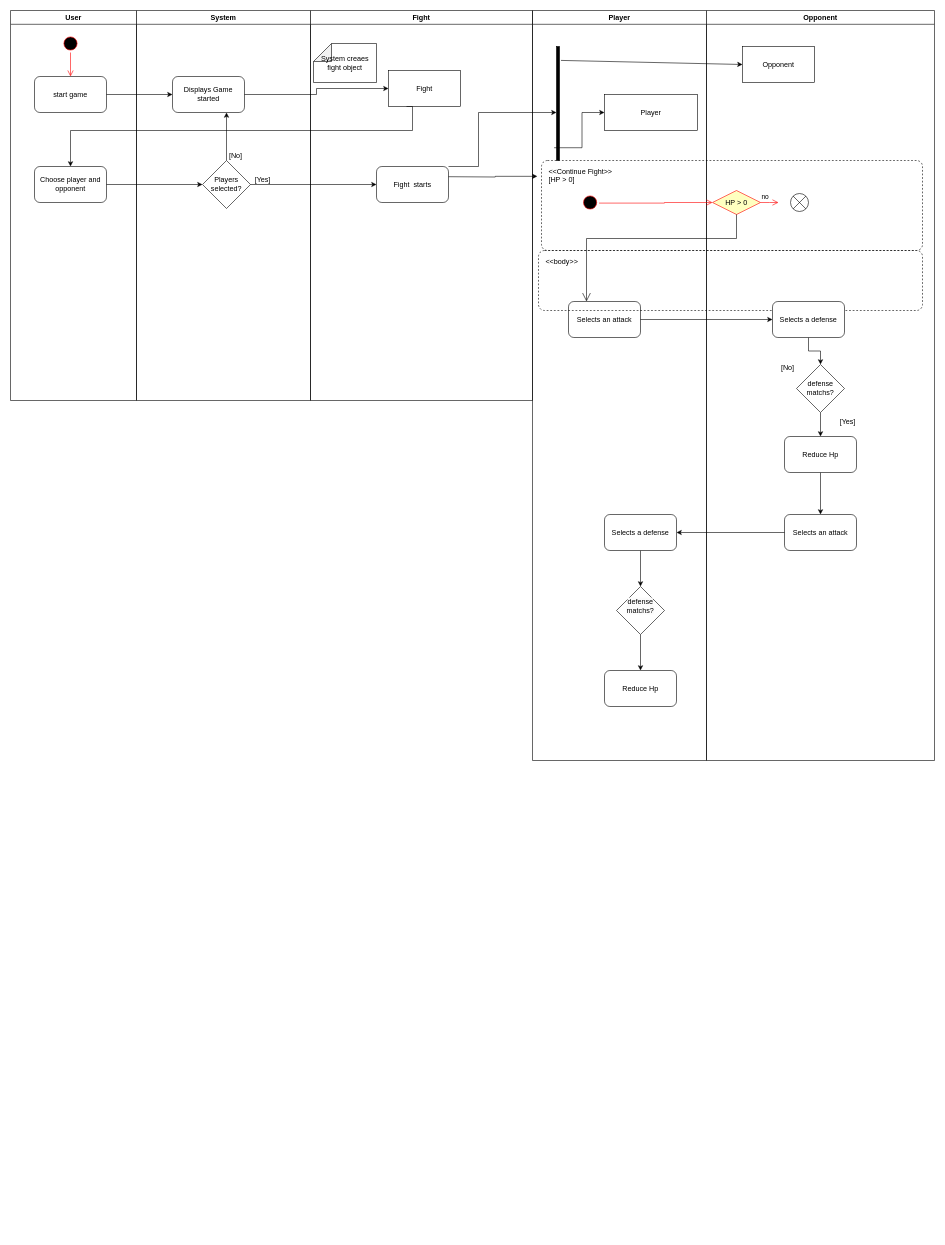
Above: page "Page-1" (1 of 3) of GameActivity.drawio in LeloKarma/website (draw.io), before the change. Source tidied: cells renumbered, new cells numbered last; positions are measured from the earlier drawing's top-left corner, leaving out a move shared by most shapes. Both pictures are drawn from the tidied source at 60%, with x=0, y=0 at pixel (10, 10).
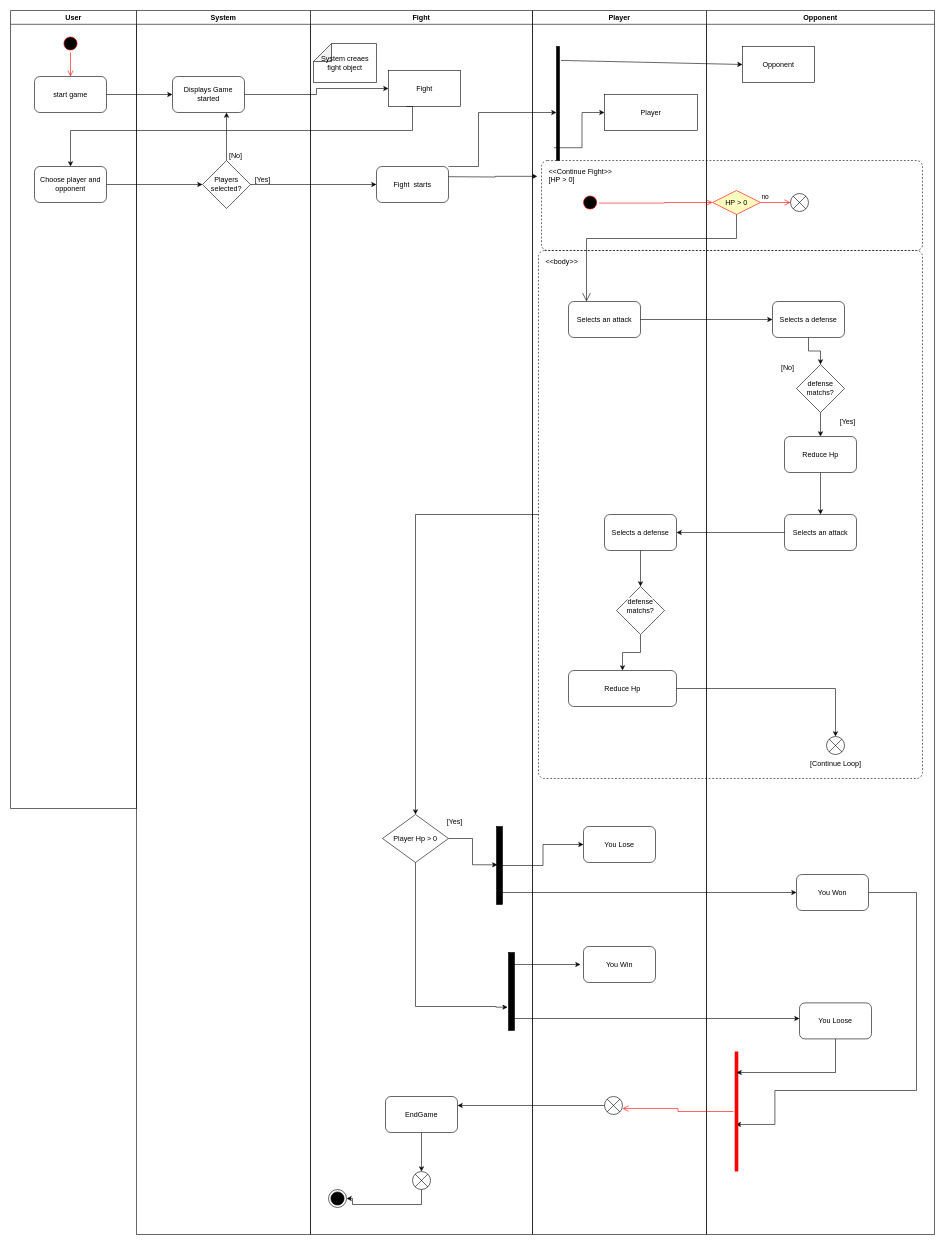
The same page after the edit.

Commit message:
Mettre à jour GameActivity.drawio

Unchanged cells that the change refers to:
```xml
<mxCell id="46" value="HP &amp;gt; 0" style="rhombus;whiteSpace=wrap;html=1;fontColor=#000000;fillColor=#ffffc0;strokeColor=#ff0000;" parent="38" vertex="1">
  <mxGeometry x="10" y="300" width="80" height="40" as="geometry" />
</mxCell>
<mxCell id="47" style="shape=sumEllipse;perimeter=ellipsePerimeter;html=1;backgroundOutline=1;" parent="38" vertex="1">
  <mxGeometry x="140" y="305" width="30" height="30" as="geometry" />
</mxCell>
```

The edit, as a diff of the source:
```diff
@@
     <mxCell id="2" value="User" style="swimlane;whiteSpace=wrap;html=1;direction=east;" parent="1" vertex="1">
-      <mxGeometry width="210" height="650" as="geometry" />
+      <mxGeometry width="210" height="1330" as="geometry" />
     </mxCell>
@@
     <mxCell id="7" value="System" style="swimlane;whiteSpace=wrap;html=1;" parent="1" vertex="1">
-      <mxGeometry x="210" width="290" height="650" as="geometry" />
+      <mxGeometry x="210" width="290" height="2040" as="geometry" />
     </mxCell>
@@
     <mxCell id="12" value="Fight" style="swimlane;whiteSpace=wrap;html=1;" parent="1" vertex="1">
-      <mxGeometry x="500" width="370" height="650" as="geometry" />
+      <mxGeometry x="500" width="370" height="2040" as="geometry" />
     </mxCell>
@@
+    <mxCell id="56" value="Player Hp &amp;gt; 0" style="rhombus;whiteSpace=wrap;html=1;" parent="12" vertex="1">
+      <mxGeometry x="120" y="1340" width="110" height="80" as="geometry" />
+    </mxCell>
+    <mxCell id="57" style="html=1;points=[];perimeter=orthogonalPerimeter;fillColor=strokeColor;" parent="12" vertex="1">
+      <mxGeometry x="310" y="1360" width="10" height="130" as="geometry" />
+    </mxCell>
+    <mxCell id="58" style="edgeStyle=orthogonalEdgeStyle;rounded=0;jettySize=auto;html=1;entryX=0.144;entryY=0.491;entryDx=0;entryDy=0;entryPerimeter=0;" parent="12" edge="1" source="56" target="57">
+      <mxGeometry relative="1" as="geometry" />
+    </mxCell>
+    <mxCell id="59" style="edgeStyle=orthogonalEdgeStyle;rounded=0;jettySize=auto;html=1;" parent="12" edge="1" source="60">
+      <mxGeometry relative="1" as="geometry">
+        <mxPoint x="450" y="1590" as="targetPoint" />
+        <Array as="points">
+          <mxPoint x="360" y="1590" />
+          <mxPoint x="360" y="1590" />
+        </Array>
+      </mxGeometry>
+    </mxCell>
+    <mxCell id="60" style="html=1;points=[];perimeter=orthogonalPerimeter;fillColor=strokeColor;" parent="12" vertex="1">
+      <mxGeometry x="330" y="1570" width="10" height="130" as="geometry" />
+    </mxCell>
+    <mxCell id="61" style="edgeStyle=orthogonalEdgeStyle;rounded=0;jettySize=auto;html=1;entryX=-0.141;entryY=0.701;entryDx=0;entryDy=0;entryPerimeter=0;" parent="12" edge="1" source="56" target="60">
+      <mxGeometry relative="1" as="geometry">
+        <Array as="points">
+          <mxPoint x="175" y="1660" />
+          <mxPoint x="309" y="1660" />
+        </Array>
+      </mxGeometry>
+    </mxCell>
+    <mxCell id="62" style="edgeStyle=orthogonalEdgeStyle;rounded=0;jettySize=auto;html=1;" parent="12" edge="1" source="63" target="64">
+      <mxGeometry relative="1" as="geometry" />
+    </mxCell>
+    <mxCell id="63" value="EndGame" style="rounded=1;whiteSpace=wrap;html=1;" parent="12" vertex="1">
+      <mxGeometry x="125" y="1810" width="120" height="60" as="geometry" />
+    </mxCell>
+    <mxCell id="64" style="shape=sumEllipse;perimeter=ellipsePerimeter;html=1;backgroundOutline=1;" parent="12" vertex="1">
+      <mxGeometry x="170" y="1935" width="30" height="30" as="geometry" />
+    </mxCell>
+    <mxCell id="65" style="ellipse;html=1;shape=endState;fillColor=strokeColor;direction=west;" parent="12" vertex="1">
+      <mxGeometry x="30" y="1965" width="30" height="30" as="geometry" />
+    </mxCell>
+    <mxCell id="66" style="edgeStyle=orthogonalEdgeStyle;rounded=0;jettySize=auto;html=1;entryX=0;entryY=0.5;entryDx=0;entryDy=0;" parent="12" edge="1" source="64" target="65">
+      <mxGeometry relative="1" as="geometry">
+        <Array as="points">
+          <mxPoint x="185" y="1990" />
+          <mxPoint x="70" y="1990" />
+          <mxPoint x="70" y="1980" />
+        </Array>
+      </mxGeometry>
+    </mxCell>
@@
     <mxCell id="23" value="Player" style="swimlane;whiteSpace=wrap;html=1;fillColor=none;" parent="1" vertex="1">
-      <mxGeometry x="870" width="290" height="1250" as="geometry" />
+      <mxGeometry x="870" width="290" height="2040" as="geometry" />
     </mxCell>
@@
-    <mxCell id="30" value="no" style="edgeStyle=orthogonalEdgeStyle;html=1;align=left;verticalAlign=bottom;endArrow=open;endSize=8;strokeColor=#ff0000;rounded=0;" parent="23" edge="1" source="46">
-      <mxGeometry x="-1" relative="1" as="geometry">
-        <mxPoint x="410" y="320" as="targetPoint" />
-      </mxGeometry>
-    </mxCell>
     <mxCell id="31" value="&amp;lt;&amp;lt;body&amp;gt;&amp;gt;" style="dashed=1;rounded=1;absoluteArcSize=1;arcSize=20;html=1;verticalAlign=top;align=left;spacingTop=5;spacingLeft=10;whiteSpace=wrap;fillColor=none;" parent="23" vertex="1">
-      <mxGeometry x="10" y="400" width="640" height="100" as="geometry" />
+      <mxGeometry x="10" y="400" width="640" height="880" as="geometry" />
     </mxCell>
@@
     <mxCell id="36" value="Reduce Hp" style="rounded=1;whiteSpace=wrap;html=1;" parent="23" vertex="1">
-      <mxGeometry x="120" y="1100" width="120" height="60" as="geometry" />
+      <mxGeometry x="60" y="1100" width="180" height="60" as="geometry" />
     </mxCell>
+    <mxCell id="67" value="You Lose" style="rounded=1;whiteSpace=wrap;html=1;" parent="23" vertex="1">
+      <mxGeometry x="85" y="1360" width="120" height="60" as="geometry" />
+    </mxCell>
+    <mxCell id="68" value="You Win" style="rounded=1;whiteSpace=wrap;html=1;" parent="23" vertex="1">
+      <mxGeometry x="85" y="1560" width="120" height="60" as="geometry" />
+    </mxCell>
+    <mxCell id="69" style="endArrow=classic;html=1;rounded=0;entryX=0;entryY=0.5;entryDx=0;entryDy=0;" parent="23" edge="1">
+      <mxGeometry relative="1" as="geometry">
+        <mxPoint x="-30" y="1680" as="sourcePoint" />
+        <mxPoint x="445" y="1680" as="targetPoint" />
+      </mxGeometry>
+    </mxCell>
+    <mxCell id="70" style="shape=sumEllipse;perimeter=ellipsePerimeter;html=1;backgroundOutline=1;" parent="23" vertex="1">
+      <mxGeometry x="120" y="1810" width="30" height="30" as="geometry" />
+    </mxCell>
@@
     <mxCell id="38" value="Opponent" style="swimlane;whiteSpace=wrap;html=1;" parent="1" vertex="1">
-      <mxGeometry x="1160" width="380" height="1250" as="geometry" />
+      <mxGeometry x="1160" width="380" height="2040" as="geometry" />
     </mxCell>
@@
+    <mxCell id="71" style="shape=sumEllipse;perimeter=ellipsePerimeter;html=1;backgroundOutline=1;" parent="38" vertex="1">
+      <mxGeometry x="200" y="1210" width="30" height="30" as="geometry" />
+    </mxCell>
+    <mxCell id="72" value="[Continue Loop]" style="text;html=1;align=center;verticalAlign=middle;strokeColor=none;fillColor=none;" parent="38" vertex="1">
+      <mxGeometry x="160" y="1240" width="110" height="30" as="geometry" />
+    </mxCell>
+    <mxCell id="73" style="edgeStyle=orthogonalEdgeStyle;rounded=0;jettySize=auto;html=1;entryX=0.608;entryY=0.627;entryDx=0;entryDy=0;entryPerimeter=0;" parent="38" edge="1" source="74" target="76">
+      <mxGeometry relative="1" as="geometry">
+        <Array as="points">
+          <mxPoint x="350" y="1470" />
+          <mxPoint x="350" y="1800" />
+          <mxPoint x="114" y="1800" />
+          <mxPoint x="114" y="1857" />
+        </Array>
+      </mxGeometry>
+    </mxCell>
+    <mxCell id="74" value="You Won" style="rounded=1;whiteSpace=wrap;html=1;" parent="38" vertex="1">
+      <mxGeometry x="150" y="1440" width="120" height="60" as="geometry" />
+    </mxCell>
+    <mxCell id="75" value="You Loose" style="rounded=1;whiteSpace=wrap;html=1;" parent="38" vertex="1">
+      <mxGeometry x="155" y="1654" width="120" height="60" as="geometry" />
+    </mxCell>
+    <mxCell id="76" style="shape=line;html=1;strokeWidth=6;strokeColor=#ff0000;direction=south;" parent="38" vertex="1">
+      <mxGeometry x="45" y="1735" width="10" height="200" as="geometry" />
+    </mxCell>
+    <mxCell id="77" style="edgeStyle=orthogonalEdgeStyle;rounded=0;jettySize=auto;html=1;" parent="38" edge="1" source="75">
+      <mxGeometry relative="1" as="geometry">
+        <mxPoint x="50" y="1770" as="targetPoint" />
+        <Array as="points">
+          <mxPoint x="215" y="1770" />
+          <mxPoint x="50" y="1770" />
+        </Array>
+      </mxGeometry>
+    </mxCell>
+    <mxCell id="30" value="no" style="edgeStyle=orthogonalEdgeStyle;html=1;align=left;verticalAlign=bottom;endArrow=open;endSize=8;strokeColor=#ff0000;rounded=0;entryX=0;entryY=0.5;entryDx=0;entryDy=0;" parent="38" edge="1" source="46" target="47">
+      <mxGeometry x="-1" relative="1" as="geometry" />
+    </mxCell>
@@
+    <mxCell id="78" style="edgeStyle=orthogonalEdgeStyle;rounded=0;jettySize=auto;html=1;" parent="1" edge="1" source="36" target="71">
+      <mxGeometry relative="1" as="geometry" />
+    </mxCell>
+    <mxCell id="79" style="edgeStyle=orthogonalEdgeStyle;rounded=0;jettySize=auto;html=1;" parent="1" edge="1" source="31" target="56">
+      <mxGeometry relative="1" as="geometry" />
+    </mxCell>
+    <mxCell id="80" style="edgeStyle=orthogonalEdgeStyle;rounded=0;jettySize=auto;html=1;entryX=0;entryY=0.5;entryDx=0;entryDy=0;" parent="1" edge="1" source="57" target="67">
+      <mxGeometry relative="1" as="geometry" />
+    </mxCell>
+    <mxCell id="81" style="endArrow=classic;html=1;rounded=0;entryX=0;entryY=0.5;entryDx=0;entryDy=0;" parent="1" edge="1" source="57" target="74">
+      <mxGeometry relative="1" as="geometry" />
+    </mxCell>
+    <mxCell id="82" value="[Yes]" style="text;html=1;align=center;verticalAlign=middle;strokeColor=none;fillColor=none;" parent="1" vertex="1">
+      <mxGeometry x="715" y="1338" width="50" height="30" as="geometry" />
+    </mxCell>
+    <mxCell id="83" style="edgeStyle=orthogonalEdgeStyle;html=1;verticalAlign=bottom;endArrow=open;endSize=8;strokeColor=#ff0000;rounded=0;entryX=1;entryY=0.67;entryDx=0;entryDy=0;entryPerimeter=0;" parent="1" edge="1" source="76" target="70">
+      <mxGeometry relative="1" as="geometry" />
+    </mxCell>
+    <mxCell id="84" style="edgeStyle=orthogonalEdgeStyle;rounded=0;jettySize=auto;html=1;entryX=1;entryY=0.25;entryDx=0;entryDy=0;" parent="1" edge="1" source="70" target="63">
+      <mxGeometry relative="1" as="geometry" />
+    </mxCell>
```
